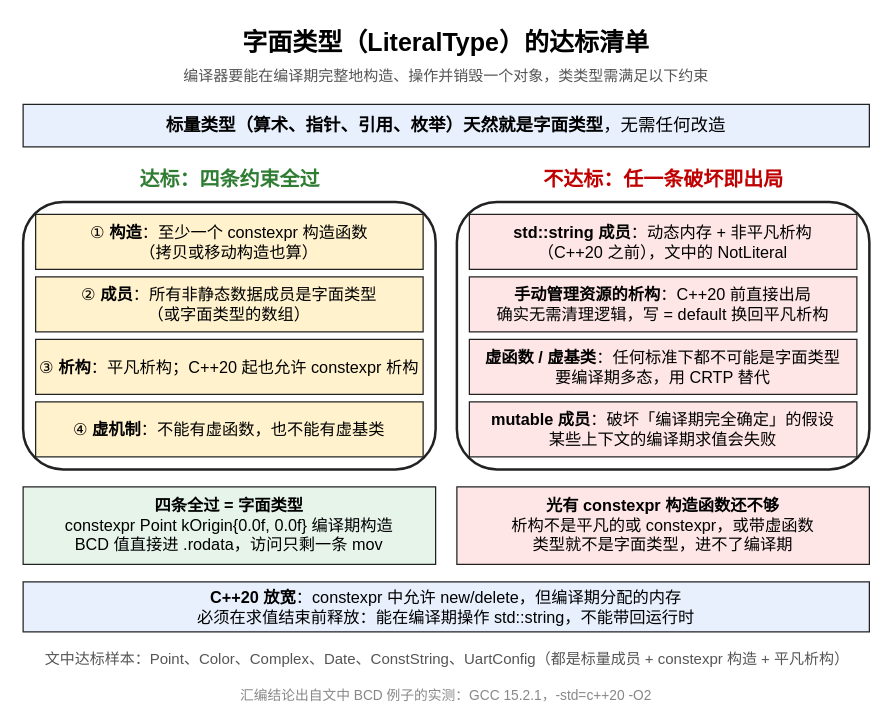
Before: documents/vol2-modern-features/ch02-constexpr/02-constexpr-ctor-layout.drawio in Awesome-Embedded-Learning-Studio/Tutorial_AwesomeModernCPP, a draw.io diagram. Source tidied: cells renumbered, new cells numbered last; positions are measured from the earlier drawing's top-left corner, leaving out a move shared by most shapes. Both pictures are drawn from the tidied source at 125%, with x=0, y=0 at pixel (22, 21).
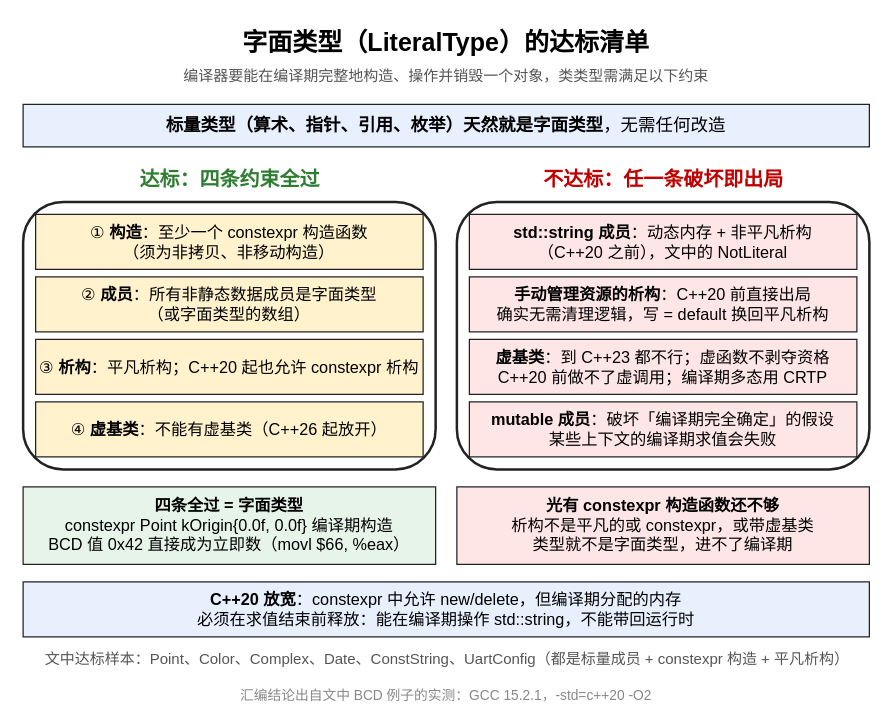
The same diagram, later.

The edit, as a diff of the source:
```diff
@@
-    <mxCell id="7" value="① &lt;b&gt;构造&lt;/b&gt;：至少一个 constexpr 构造函数&lt;br&gt;（拷贝或移动构造也算）" style="rounded=0;whiteSpace=wrap;html=1;strokeColor=#222222;strokeWidth=1;fillColor=#fff2cc;fontSize=13;align=center;verticalAlign=middle;" parent="1" vertex="1">
+    <mxCell id="7" value="① &lt;b&gt;构造&lt;/b&gt;：至少一个 constexpr 构造函数&lt;br&gt;（须为非拷贝、非移动构造）" style="rounded=0;whiteSpace=wrap;html=1;strokeColor=#222222;strokeWidth=1;fillColor=#fff2cc;fontSize=13;align=center;verticalAlign=middle;" parent="1" vertex="1">
       <mxGeometry x="10" y="154" width="310" height="44" as="geometry" />
     </mxCell>
@@
-    <mxCell id="10" value="④ &lt;b&gt;虚机制&lt;/b&gt;：不能有虚函数，也不能有虚基类" style="rounded=0;whiteSpace=wrap;html=1;strokeColor=#222222;strokeWidth=1;fillColor=#fff2cc;fontSize=13;align=center;verticalAlign=middle;" parent="1" vertex="1">
+    <mxCell id="10" value="④ &lt;b&gt;虚基类&lt;/b&gt;：不能有虚基类（C++26 起放开）" style="rounded=0;whiteSpace=wrap;html=1;strokeColor=#222222;strokeWidth=1;fillColor=#fff2cc;fontSize=13;align=center;verticalAlign=middle;" parent="1" vertex="1">
       <mxGeometry x="10" y="304" width="310" height="44" as="geometry" />
     </mxCell>
-    <mxCell id="11" value="&lt;b&gt;四条全过 = 字面类型&lt;/b&gt;&lt;br&gt;constexpr Point kOrigin{0.0f, 0.0f} 编译期构造&lt;br&gt;BCD 值直接进 .rodata，访问只剩一条 mov" style="rounded=0;whiteSpace=wrap;html=1;strokeColor=#222222;strokeWidth=1;fillColor=#e6f4ea;fontSize=13;align=center;verticalAlign=middle;" parent="1" vertex="1">
+    <mxCell id="11" value="&lt;b&gt;四条全过 = 字面类型&lt;/b&gt;&lt;br&gt;constexpr Point kOrigin{0.0f, 0.0f} 编译期构造&lt;br&gt;BCD 值 0x42 直接成为立即数（movl $66, %eax）" style="rounded=0;whiteSpace=wrap;html=1;strokeColor=#222222;strokeWidth=1;fillColor=#e6f4ea;fontSize=13;align=center;verticalAlign=middle;" parent="1" vertex="1">
       <mxGeometry y="372" width="330" height="62" as="geometry" />
     </mxCell>
@@
-    <mxCell id="16" value="&lt;b&gt;虚函数 / 虚基类&lt;/b&gt;：任何标准下都不可能是字面类型&lt;br&gt;要编译期多态，用 CRTP 替代" style="rounded=0;whiteSpace=wrap;html=1;strokeColor=#222222;strokeWidth=1;fillColor=#ffe6e6;fontSize=13;align=center;verticalAlign=middle;" parent="1" vertex="1">
+    <mxCell id="16" value="&lt;b&gt;虚基类&lt;/b&gt;：到 C++23 都不行；虚函数不剥夺资格&lt;br&gt;C++20 前做不了虚调用；编译期多态用 CRTP" style="rounded=0;whiteSpace=wrap;html=1;strokeColor=#222222;strokeWidth=1;fillColor=#ffe6e6;fontSize=13;align=center;verticalAlign=middle;" parent="1" vertex="1">
       <mxGeometry x="357" y="254" width="310" height="44" as="geometry" />
     </mxCell>
@@
-    <mxCell id="18" value="&lt;b&gt;光有 constexpr 构造函数还不够&lt;/b&gt;&lt;br&gt;析构不是平凡的或 constexpr，或带虚函数&lt;br&gt;类型就不是字面类型，进不了编译期" style="rounded=0;whiteSpace=wrap;html=1;strokeColor=#222222;strokeWidth=1;fillColor=#ffe6e6;fontSize=13;align=center;verticalAlign=middle;" parent="1" vertex="1">
+    <mxCell id="18" value="&lt;b&gt;光有 constexpr 构造函数还不够&lt;/b&gt;&lt;br&gt;析构不是平凡的或 constexpr，或带虚基类&lt;br&gt;类型就不是字面类型，进不了编译期" style="rounded=0;whiteSpace=wrap;html=1;strokeColor=#222222;strokeWidth=1;fillColor=#ffe6e6;fontSize=13;align=center;verticalAlign=middle;" parent="1" vertex="1">
       <mxGeometry x="347" y="372" width="330" height="62" as="geometry" />
     </mxCell>
     <mxCell id="19" value="&lt;b&gt;C++20 放宽&lt;/b&gt;：constexpr 中允许 new/delete，但编译期分配的内存&lt;br&gt;必须在求值结束前释放：能在编译期操作 std::string，不能带回运行时" style="rounded=0;whiteSpace=wrap;html=1;strokeColor=#222222;strokeWidth=1;fillColor=#e8f0fe;fontSize=13;align=center;verticalAlign=middle;" parent="1" vertex="1">
-      <mxGeometry y="448" width="677" height="40" as="geometry" />
+      <mxGeometry y="448" width="677" height="44" as="geometry" />
     </mxCell>
```
